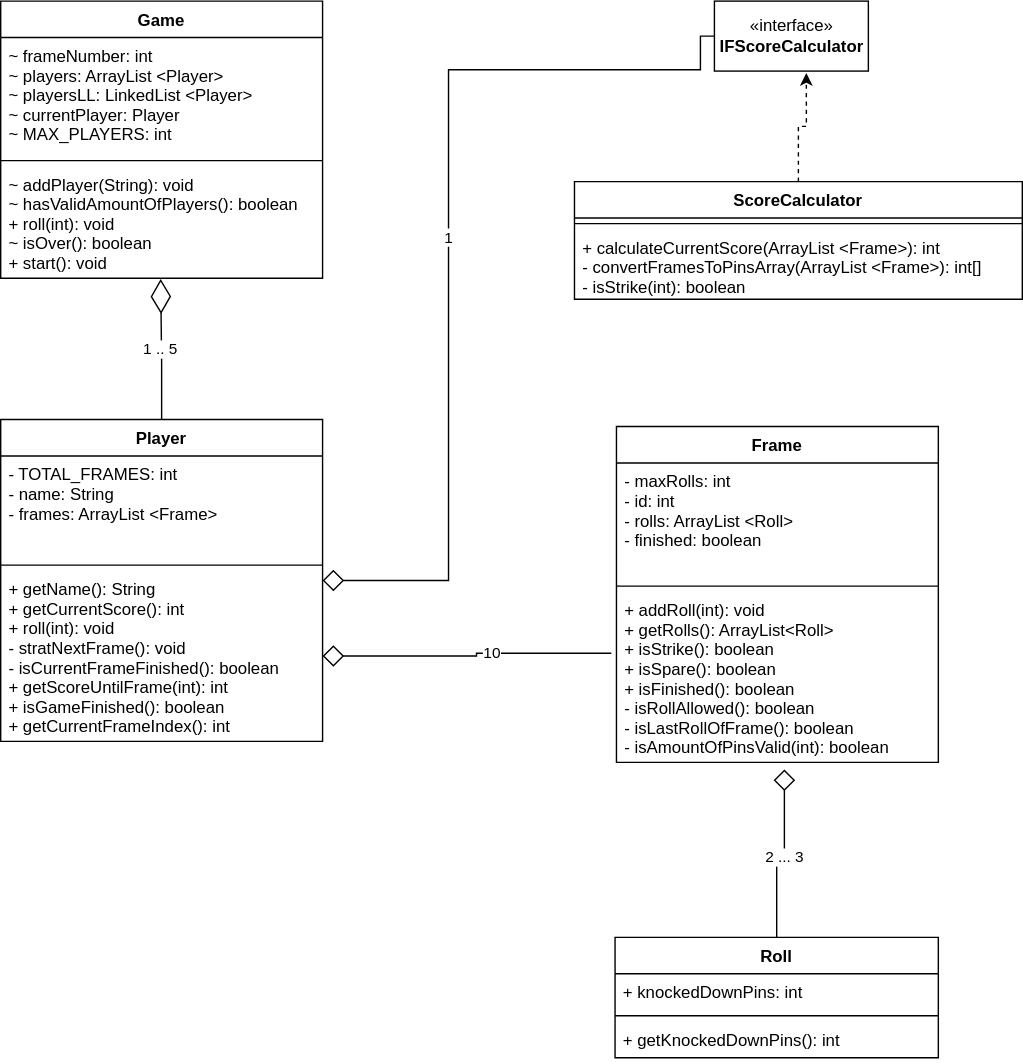
Earlier version of the draw.io export src/main/java/org/BowlPlayClassDiagram.svg (fbnr1/BowlPlay). Source tidied: cells renumbered, new cells last; positions are measured from the earlier drawing's top-left corner, leaving out a move shared by most shapes.
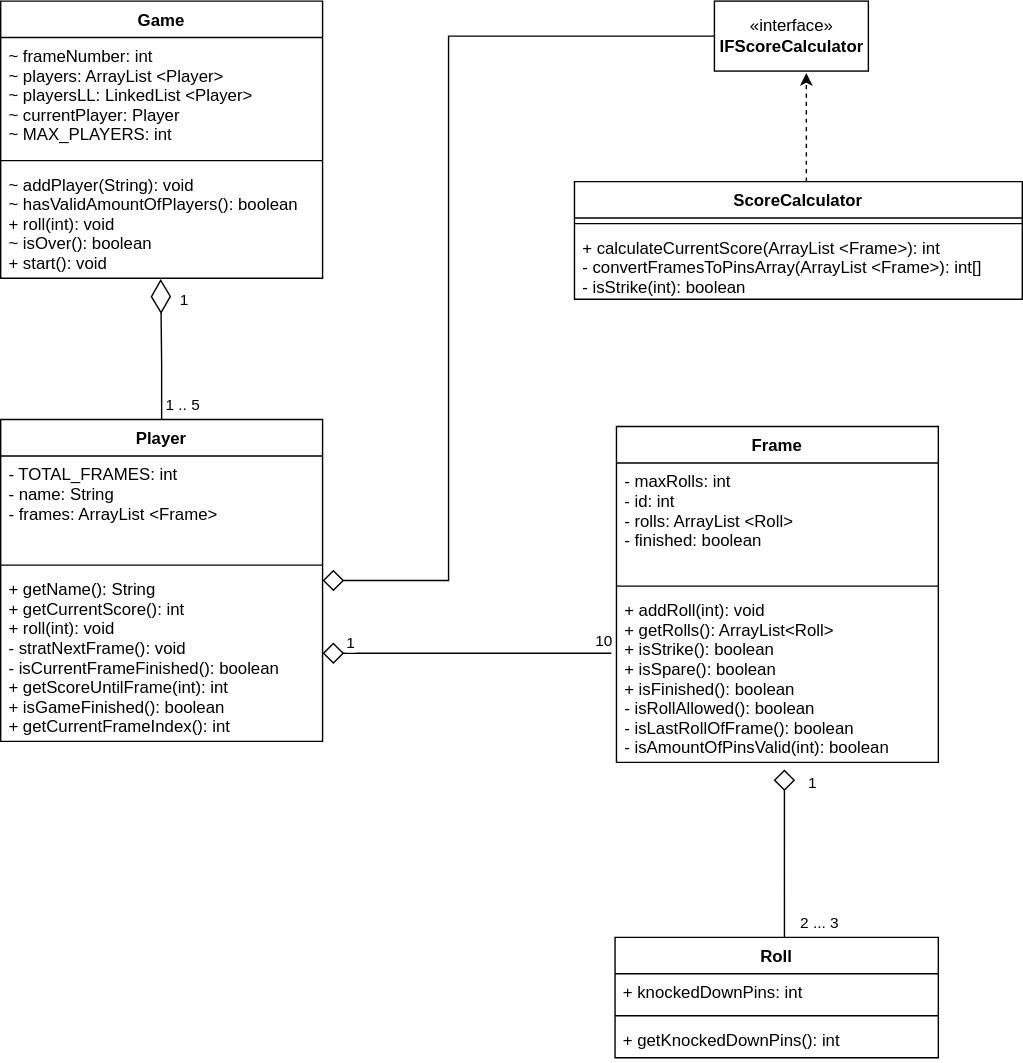
The same diagram one commit later.

Commit message:
adjusted class diagramm

The edit, as a diff of the source:
```diff
@@ -27,15 +27,18 @@
       <mxGeometry y="118" width="230" height="80" as="geometry" />
     </mxCell>
     <mxCell id="10" value="1 .. 5" style="edgeStyle=orthogonalEdgeStyle;rounded=0;jettySize=auto;html=1;entryX=0.497;entryY=1.008;entryDx=0;entryDy=0;entryPerimeter=0;startArrow=none;startFill=0;endArrow=diamondThin;endFill=0;startSize=13;endSize=22;strokeWidth=1;" parent="1" edge="1" source="12" target="9">
-      <mxGeometry relative="1" as="geometry" />
+      <mxGeometry x="-0.8" y="-15" relative="1" as="geometry" />
     </mxCell>
+    <mxCell id="28" value="1" style="edgeLabel;html=1;align=center;verticalAlign=middle;" parent="10" vertex="1">
+      <mxGeometry x="0.22" y="1" relative="1" as="geometry">
+        <mxPoint x="17" y="-25" as="offset" />
+      </mxGeometry>
+    </mxCell>
-    <mxCell id="11" value="1" style="edgeStyle=orthogonalEdgeStyle;rounded=0;jettySize=auto;html=1;startArrow=diamond;startFill=0;endArrow=none;endFill=0;startSize=13;endSize=22;strokeWidth=1;entryX=0;entryY=0.5;entryDx=0;entryDy=0;" parent="1" edge="1" source="12" target="25">
-      <mxGeometry relative="1" as="geometry">
+    <mxCell id="11" style="edgeStyle=orthogonalEdgeStyle;rounded=0;jettySize=auto;html=1;startArrow=diamond;startFill=0;endArrow=none;endFill=0;startSize=13;endSize=22;strokeWidth=1;entryX=0;entryY=0.5;entryDx=0;entryDy=0;" parent="1" edge="1" source="12" target="25">
+      <mxGeometry x="-0.66" y="20" relative="1" as="geometry">
         <Array as="points">
           <mxPoint x="320" y="414" />
-          <mxPoint x="320" y="49" />
-          <mxPoint x="500" y="49" />
-          <mxPoint x="500" y="25" />
+          <mxPoint x="320" y="25" />
         </Array>
       </mxGeometry>
     </mxCell>
@@ -52,10 +55,19 @@
       <mxGeometry y="108" width="230" height="122" as="geometry" />
     </mxCell>
     <mxCell id="16" value="2 ... 3" style="edgeStyle=orthogonalEdgeStyle;rounded=0;jettySize=auto;html=1;endArrow=diamond;endFill=0;endSize=13;" parent="1" edge="1" source="17">
-      <mxGeometry relative="1" as="geometry">
+      <mxGeometry x="-0.84" y="-25" relative="1" as="geometry">
         <mxPoint x="560" y="549" as="targetPoint" />
+        <Array as="points">
+          <mxPoint x="560" y="639" />
+          <mxPoint x="560" y="639" />
+        </Array>
       </mxGeometry>
     </mxCell>
+    <mxCell id="29" value="1" style="edgeLabel;html=1;align=center;verticalAlign=middle;" parent="16" vertex="1">
+      <mxGeometry x="0.37" relative="1" as="geometry">
+        <mxPoint x="20" y="-28" as="offset" />
+      </mxGeometry>
+    </mxCell>
     <mxCell id="17" value="Roll" style="swimlane;fontStyle=1;align=center;verticalAlign=top;horizontal=1;startSize=26;" parent="1" vertex="1">
       <mxGeometry x="439" y="669" width="231" height="86" as="geometry" />
     </mxCell>
@@ -69,7 +81,11 @@
       <mxGeometry y="60" width="231" height="26" as="geometry" />
     </mxCell>
     <mxCell id="21" style="edgeStyle=orthogonalEdgeStyle;rounded=0;jettySize=auto;html=1;entryX=0.597;entryY=1.027;entryDx=0;entryDy=0;entryPerimeter=0;dashed=1;" parent="1" edge="1" source="22" target="25">
-      <mxGeometry relative="1" as="geometry" />
+      <mxGeometry relative="1" as="geometry">
+        <Array as="points">
+          <mxPoint x="576" y="89" />
+        </Array>
+      </mxGeometry>
     </mxCell>
     <mxCell id="22" value="ScoreCalculator" style="swimlane;fontStyle=1;align=center;verticalAlign=top;horizontal=1;startSize=26;" parent="1" vertex="1">
       <mxGeometry x="410" y="129" width="320" height="84" as="geometry" />
@@ -84,10 +100,22 @@
       <mxGeometry x="510" width="110" height="50" as="geometry" />
     </mxCell>
     <mxCell id="26" style="edgeStyle=orthogonalEdgeStyle;rounded=0;jettySize=auto;html=1;entryX=-0.016;entryY=0.361;entryDx=0;entryDy=0;entryPerimeter=0;endArrow=none;endFill=0;endSize=15;strokeWidth=1;startArrow=diamond;startFill=0;startSize=13;" parent="1" edge="1" source="15" target="5">
-      <mxGeometry relative="1" as="geometry" />
+      <mxGeometry relative="1" as="geometry">
+        <Array as="points">
+          <mxPoint x="290" y="466" />
+          <mxPoint x="290" y="466" />
+        </Array>
+      </mxGeometry>
     </mxCell>
     <mxCell id="27" value="10" style="edgeLabel;html=1;align=center;verticalAlign=middle;" parent="26" vertex="1">
-      <mxGeometry x="0.17" y="1" relative="1" as="geometry" />
+      <mxGeometry x="0.17" y="1" relative="1" as="geometry">
+        <mxPoint x="79" y="-8" as="offset" />
+      </mxGeometry>
     </mxCell>
+    <mxCell id="30" value="1" style="edgeLabel;html=1;align=center;verticalAlign=middle;" parent="26" vertex="1">
+      <mxGeometry x="-0.67" relative="1" as="geometry">
+        <mxPoint x="-14" y="-7" as="offset" />
+      </mxGeometry>
+    </mxCell>
   </root>
 </mxGraphModel>
```
